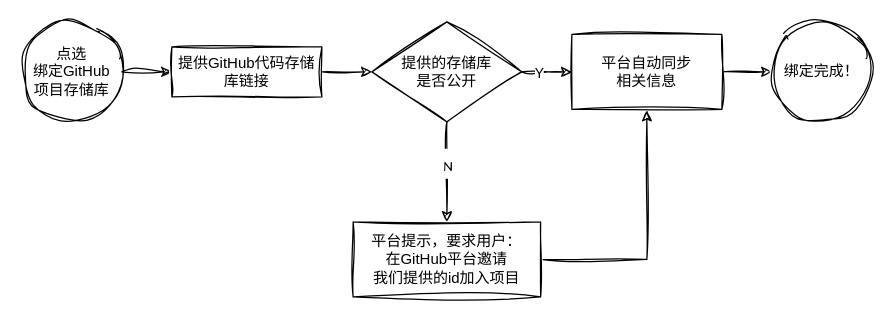
Above: page "第 1 页" (1 of 2) of pictures/dev.drawio in buaa2023sw/doc (draw.io), before the change. Source tidied: cells renumbered, new cells numbered last; positions are measured from the earlier drawing's top-left corner, leaving out a move shared by most shapes. Both pictures are drawn from the tidied source at 125%, with x=0, y=0 at pixel (21, 21).
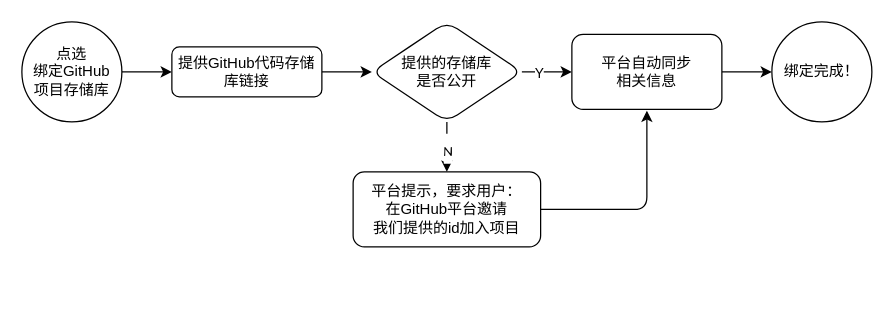
The same page after the edit.

Change to the diagram source:
```diff
@@
 <mxGraphModel>
   <root>
     <mxCell id="0" />
     <mxCell id="1" parent="0" />
-    <mxCell id="2" style="edgeStyle=orthogonalEdgeStyle;rounded=0;jettySize=auto;html=1;entryX=0;entryY=0.5;entryDx=0;entryDy=0;sketch=1;curveFitting=1;jiggle=2;" parent="1" edge="1" source="3" target="5">
+    <mxCell id="2" style="edgeStyle=orthogonalEdgeStyle;rounded=1;jettySize=auto;html=1;entryX=0;entryY=0.5;entryDx=0;entryDy=0;" parent="1" edge="1" source="3" target="5">
       <mxGeometry relative="1" as="geometry" />
     </mxCell>
-    <mxCell id="3" value="点选&lt;br&gt;绑定GitHub&lt;br&gt;项目存储库" style="ellipse;whiteSpace=wrap;html=1;sketch=1;curveFitting=1;jiggle=2;" parent="1" vertex="1">
+    <mxCell id="3" value="点选&lt;br&gt;绑定GitHub&lt;br&gt;项目存储库" style="ellipse;whiteSpace=wrap;html=1;rounded=1;" parent="1" vertex="1">
       <mxGeometry width="80" height="80" as="geometry" />
     </mxCell>
-    <mxCell id="4" style="edgeStyle=orthogonalEdgeStyle;rounded=0;jettySize=auto;html=1;entryX=0;entryY=0.5;entryDx=0;entryDy=0;sketch=1;curveFitting=1;jiggle=2;" parent="1" edge="1" source="5" target="10">
+    <mxCell id="4" style="edgeStyle=orthogonalEdgeStyle;rounded=1;jettySize=auto;html=1;entryX=0;entryY=0.5;entryDx=0;entryDy=0;" parent="1" edge="1" source="5" target="10">
       <mxGeometry relative="1" as="geometry" />
     </mxCell>
-    <mxCell id="5" value="提供GitHub代码存储库链接" style="rounded=0;whiteSpace=wrap;html=1;sketch=1;curveFitting=1;jiggle=2;" parent="1" vertex="1">
+    <mxCell id="5" value="提供GitHub代码存储库链接" style="rounded=1;whiteSpace=wrap;html=1;" parent="1" vertex="1">
       <mxGeometry x="120" y="20" width="120" height="40" as="geometry" />
     </mxCell>
-    <mxCell id="6" style="edgeStyle=orthogonalEdgeStyle;rounded=0;jettySize=auto;html=1;entryX=0;entryY=0.5;entryDx=0;entryDy=0;sketch=1;curveFitting=1;jiggle=2;" parent="1" edge="1" source="10" target="14">
+    <mxCell id="6" style="edgeStyle=orthogonalEdgeStyle;rounded=1;jettySize=auto;html=1;entryX=0;entryY=0.5;entryDx=0;entryDy=0;" parent="1" edge="1" source="10" target="14">
       <mxGeometry relative="1" as="geometry" />
     </mxCell>
-    <mxCell id="7" value="Y" style="edgeLabel;html=1;align=center;verticalAlign=middle;sketch=1;curveFitting=1;jiggle=2;" parent="6" vertex="1">
+    <mxCell id="7" value="Y" style="edgeLabel;html=1;align=center;verticalAlign=middle;rounded=1;" parent="6" vertex="1">
       <mxGeometry x="-0.35" relative="1" as="geometry" />
     </mxCell>
-    <mxCell id="8" style="edgeStyle=none;sketch=1;hachureGap=4;jiggle=2;curveFitting=1;html=1;entryX=0.5;entryY=0;entryDx=0;entryDy=0;fontFamily=Architects Daughter;fontSize=16;" parent="1" edge="1" source="10" target="12">
+    <mxCell id="8" style="edgeStyle=none;hachureGap=4;html=1;entryX=0.5;entryY=0;entryDx=0;entryDy=0;fontFamily=Architects Daughter;fontSize=16;" parent="1" edge="1" source="10" target="12">
       <mxGeometry relative="1" as="geometry" />
     </mxCell>
-    <mxCell id="9" value="&lt;font style=&quot;font-size: 11px;&quot;&gt;N&lt;/font&gt;" style="edgeLabel;html=1;align=center;verticalAlign=middle;fontSize=20;fontFamily=Architects Daughter;" parent="8" vertex="1">
+    <mxCell id="9" value="&lt;font style=&quot;font-size: 11px;&quot;&gt;N&lt;/font&gt;" style="edgeLabel;html=1;align=center;verticalAlign=middle;fontSize=20;fontFamily=Architects Daughter;rounded=1;" parent="8" vertex="1">
       <mxGeometry x="-0.4" y="1" relative="1" as="geometry">
         <mxPoint x="-1" y="8" as="offset" />
       </mxGeometry>
     </mxCell>
-    <mxCell id="10" value="提供的存储库&lt;br&gt;是否公开" style="rhombus;whiteSpace=wrap;html=1;sketch=1;curveFitting=1;jiggle=2;" parent="1" vertex="1">
+    <mxCell id="10" value="提供的存储库&lt;br&gt;是否公开" style="rhombus;whiteSpace=wrap;html=1;rounded=1;" parent="1" vertex="1">
       <mxGeometry x="280" width="120" height="80" as="geometry" />
     </mxCell>
-    <mxCell id="11" style="edgeStyle=orthogonalEdgeStyle;rounded=0;jettySize=auto;html=1;sketch=1;curveFitting=1;jiggle=2;exitX=1;exitY=0.5;exitDx=0;exitDy=0;" parent="1" edge="1" source="12">
+    <mxCell id="11" style="edgeStyle=orthogonalEdgeStyle;rounded=1;jettySize=auto;html=1;exitX=1;exitY=0.5;exitDx=0;exitDy=0;" parent="1" edge="1" source="12">
       <mxGeometry relative="1" as="geometry">
         <mxPoint x="500" y="71" as="targetPoint" />
         <Array as="points">
-          <mxPoint x="500" y="190" />
-          <mxPoint x="500" y="71" />
+          <mxPoint x="500" y="150" />
         </Array>
       </mxGeometry>
     </mxCell>
-    <mxCell id="12" value="平台提示，要求用户：&lt;br&gt;在GitHub平台邀请&lt;br&gt;我们提供的id加入项目" style="rounded=0;whiteSpace=wrap;html=1;sketch=1;curveFitting=1;jiggle=2;" parent="1" vertex="1">
-      <mxGeometry x="265" y="160" width="150" height="60" as="geometry" />
+    <mxCell id="12" value="平台提示，要求用户：&lt;br&gt;在GitHub平台邀请&lt;br&gt;我们提供的id加入项目" style="rounded=1;whiteSpace=wrap;html=1;" parent="1" vertex="1">
+      <mxGeometry x="265" y="120" width="150" height="60" as="geometry" />
     </mxCell>
-    <mxCell id="13" style="edgeStyle=orthogonalEdgeStyle;rounded=0;jettySize=auto;html=1;entryX=0;entryY=0.5;entryDx=0;entryDy=0;sketch=1;curveFitting=1;jiggle=2;" parent="1" edge="1" source="14" target="15">
+    <mxCell id="13" style="edgeStyle=orthogonalEdgeStyle;rounded=1;jettySize=auto;html=1;entryX=0;entryY=0.5;entryDx=0;entryDy=0;" parent="1" edge="1" source="14" target="15">
       <mxGeometry relative="1" as="geometry" />
     </mxCell>
-    <mxCell id="14" value="平台自动同步&lt;br&gt;相关信息" style="rounded=0;whiteSpace=wrap;html=1;sketch=1;curveFitting=1;jiggle=2;" parent="1" vertex="1">
+    <mxCell id="14" value="平台自动同步&lt;br&gt;相关信息" style="rounded=1;whiteSpace=wrap;html=1;" parent="1" vertex="1">
       <mxGeometry x="440" y="10" width="120" height="60" as="geometry" />
     </mxCell>
-    <mxCell id="15" value="绑定完成！" style="ellipse;whiteSpace=wrap;html=1;sketch=1;curveFitting=1;jiggle=2;" parent="1" vertex="1">
+    <mxCell id="15" value="绑定完成！" style="ellipse;whiteSpace=wrap;html=1;rounded=1;" parent="1" vertex="1">
       <mxGeometry x="600" width="80" height="80" as="geometry" />
     </mxCell>
   </root>
 </mxGraphModel>
```
